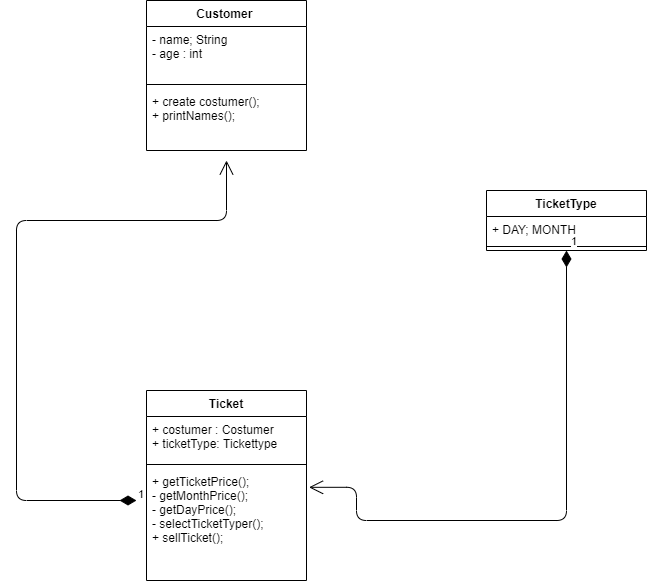
This is ProjektDel3/UML/UML.png from deniselarsson/JavaSchoolAssignemnt, a draw.io export, as it was before one commit. Source tidied: cells renumbered, new cells last; positions are measured from the earlier drawing's top-left corner, leaving out a move shared by most shapes.
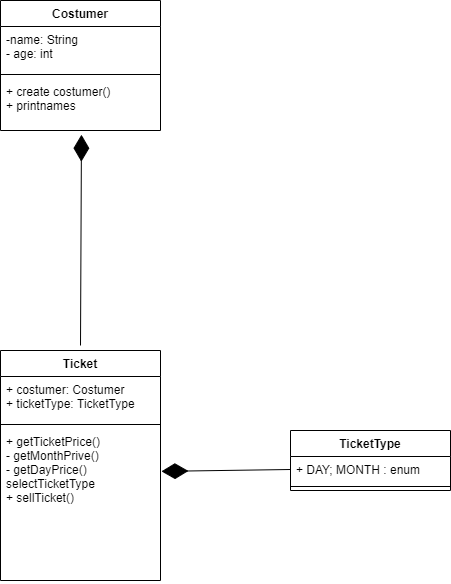
After the commit.

What changed in the source:
```diff
@@ -2,58 +2,46 @@
   <root>
     <mxCell id="0" />
     <mxCell id="1" parent="0" />
-    <mxCell id="2" value="Customer " style="swimlane;fontStyle=1;align=center;verticalAlign=top;horizontal=1;startSize=26;" parent="1" vertex="1">
-      <mxGeometry x="130" width="160" height="150" as="geometry" />
-    </mxCell>
-    <mxCell id="3" value="- name; String &#10;- age : int " style="text;strokeColor=none;fillColor=none;align=left;verticalAlign=top;spacingLeft=4;spacingRight=4;overflow=hidden;" parent="2" vertex="1">
-      <mxGeometry y="26" width="160" height="54" as="geometry" />
-    </mxCell>
-    <mxCell id="4" style="line;strokeWidth=1;fillColor=none;align=left;verticalAlign=middle;spacingTop=-1;spacingLeft=3;spacingRight=3;labelPosition=right;" parent="2" vertex="1">
-      <mxGeometry y="80" width="160" height="8" as="geometry" />
-    </mxCell>
-    <mxCell id="5" value="+ create costumer();&#10;+ printNames();" style="text;strokeColor=none;fillColor=none;align=left;verticalAlign=top;spacingLeft=4;spacingRight=4;overflow=hidden;" parent="2" vertex="1">
-      <mxGeometry y="88" width="160" height="62" as="geometry" />
-    </mxCell>
     <mxCell id="6" value="Ticket" style="swimlane;fontStyle=1;align=center;verticalAlign=top;horizontal=1;startSize=26;" parent="1" vertex="1">
-      <mxGeometry x="130" y="390" width="160" height="190" as="geometry" />
+      <mxGeometry x="220" y="320" width="160" height="230" as="geometry" />
     </mxCell>
-    <mxCell id="7" value="+ costumer : Costumer&#10;+ ticketType: Tickettype" style="text;strokeColor=none;fillColor=none;align=left;verticalAlign=top;spacingLeft=4;spacingRight=4;overflow=hidden;" parent="6" vertex="1">
-      <mxGeometry y="26" width="160" height="44" as="geometry" />
-    </mxCell>
-    <mxCell id="8" style="line;strokeWidth=1;fillColor=none;align=left;verticalAlign=middle;spacingTop=-1;spacingLeft=3;spacingRight=3;labelPosition=right;" parent="6" vertex="1">
-      <mxGeometry y="70" width="160" height="8" as="geometry" />
-    </mxCell>
-    <mxCell id="9" value="+ getTicketPrice();&#10;- getMonthPrice();&#10;- getDayPrice();&#10;- selectTicketTyper();&#10;+ sellTicket();" style="text;strokeColor=none;fillColor=none;align=left;verticalAlign=top;spacingLeft=4;spacingRight=4;overflow=hidden;points=[[0,0.5],[1,0.5]];portConstraint=eastwest;" parent="6" vertex="1">
-      <mxGeometry y="78" width="160" height="112" as="geometry" />
-    </mxCell>
+    <mxCell id="15" value="+ costumer: Costumer&#10;+ ticketType: TicketType" style="text;strokeColor=none;fillColor=none;align=left;verticalAlign=top;spacingLeft=4;spacingRight=4;overflow=hidden;" parent="6" vertex="1">
+      <mxGeometry y="26" width="160" height="44" as="geometry" />
+    </mxCell>
+    <mxCell id="16" style="line;strokeWidth=1;fillColor=none;align=left;verticalAlign=middle;spacingTop=-1;spacingLeft=3;spacingRight=3;labelPosition=right;" parent="6" vertex="1">
+      <mxGeometry y="70" width="160" height="8" as="geometry" />
+    </mxCell>
+    <mxCell id="17" value="+ getTicketPrice()&#10;- getMonthPrive()&#10;- getDayPrice()&#10;selectTicketType&#10;+ sellTicket()&#10;" style="text;strokeColor=none;fillColor=none;align=left;verticalAlign=top;spacingLeft=4;spacingRight=4;overflow=hidden;points=[[0,0.5],[1,0.5]];portConstraint=eastwest;" parent="6" vertex="1">
+      <mxGeometry y="78" width="160" height="152" as="geometry" />
+    </mxCell>
+    <mxCell id="18" value="Costumer" style="swimlane;fontStyle=1;align=center;verticalAlign=top;horizontal=1;startSize=26;" parent="1" vertex="1">
+      <mxGeometry x="220" y="-30" width="160" height="130" as="geometry" />
+    </mxCell>
+    <mxCell id="19" value="-name: String &#10;- age: int" style="text;strokeColor=none;fillColor=none;align=left;verticalAlign=top;spacingLeft=4;spacingRight=4;overflow=hidden;" parent="18" vertex="1">
+      <mxGeometry y="26" width="160" height="44" as="geometry" />
+    </mxCell>
+    <mxCell id="20" style="line;strokeWidth=1;fillColor=none;align=left;verticalAlign=middle;spacingTop=-1;spacingLeft=3;spacingRight=3;labelPosition=right;" parent="18" vertex="1">
+      <mxGeometry y="70" width="160" height="8" as="geometry" />
+    </mxCell>
+    <mxCell id="21" value="+ create costumer()&#10;+ printnames" style="text;strokeColor=none;fillColor=none;align=left;verticalAlign=top;spacingLeft=4;spacingRight=4;overflow=hidden;points=[[0,0.5],[1,0.5]];portConstraint=eastwest;" parent="18" vertex="1">
+      <mxGeometry y="78" width="160" height="52" as="geometry" />
+    </mxCell>
     <mxCell id="10" value="TicketType" style="swimlane;fontStyle=1;align=center;verticalAlign=top;horizontal=1;startSize=26;" parent="1" vertex="1">
-      <mxGeometry x="470" y="190" width="160" height="60" as="geometry" />
+      <mxGeometry x="510" y="400" width="160" height="60" as="geometry" />
     </mxCell>
-    <mxCell id="11" value="+ DAY; MONTH" style="text;strokeColor=none;fillColor=none;align=left;verticalAlign=top;spacingLeft=4;spacingRight=4;overflow=hidden;" parent="10" vertex="1">
-      <mxGeometry y="26" width="160" height="26" as="geometry" />
-    </mxCell>
+    <mxCell id="22" value="+ DAY; MONTH : enum" style="text;strokeColor=none;fillColor=none;align=left;verticalAlign=top;spacingLeft=4;spacingRight=4;overflow=hidden;points=[[0,0.5],[1,0.5]];portConstraint=eastwest;" parent="10" vertex="1">
+      <mxGeometry y="26" width="160" height="26" as="geometry" />
+    </mxCell>
     <mxCell id="12" style="line;strokeWidth=1;fillColor=none;align=left;verticalAlign=middle;spacingTop=-1;spacingLeft=3;spacingRight=3;labelPosition=right;" parent="10" vertex="1">
       <mxGeometry y="52" width="160" height="8" as="geometry" />
     </mxCell>
-    <mxCell id="13" value="1" style="endArrow=open;html=1;endSize=12;startArrow=diamondThin;startSize=14;startFill=1;edgeStyle=orthogonalEdgeStyle;align=left;verticalAlign=bottom;" parent="1" edge="1">
-      <mxGeometry x="-1" y="3" relative="1" as="geometry">
-        <mxPoint x="120" y="500" as="sourcePoint" />
-        <mxPoint x="210" y="160" as="targetPoint" />
-        <Array as="points">
-          <mxPoint y="500" />
-          <mxPoint y="220" />
-          <mxPoint x="210" y="220" />
-        </Array>
-      </mxGeometry>
-    </mxCell>
-    <mxCell id="14" value="1" style="endArrow=open;html=1;endSize=12;startArrow=diamondThin;startSize=14;startFill=1;edgeStyle=orthogonalEdgeStyle;align=left;verticalAlign=bottom;exitX=0.5;exitY=1;exitDx=0;exitDy=0;entryX=1.016;entryY=0.168;entryDx=0;entryDy=0;entryPerimeter=0;" parent="1" edge="1" source="10" target="9">
-      <mxGeometry x="-1" y="3" relative="1" as="geometry">
-        <Array as="points">
-          <mxPoint x="550" y="520" />
-          <mxPoint x="340" y="520" />
-          <mxPoint x="340" y="487" />
-        </Array>
-      </mxGeometry>
-    </mxCell>
+    <mxCell id="23" style="endArrow=diamondThin;endFill=1;endSize=24;html=1;exitX=0;exitY=0.5;exitDx=0;exitDy=0;entryX=1.006;entryY=0.282;entryDx=0;entryDy=0;entryPerimeter=0;" parent="1" edge="1" source="22" target="17">
+      <mxGeometry relative="1" as="geometry" />
+    </mxCell>
+    <mxCell id="24" style="endArrow=diamondThin;endFill=1;endSize=24;html=1;entryX=0.506;entryY=1.081;entryDx=0;entryDy=0;entryPerimeter=0;" parent="1" edge="1" target="21">
+      <mxGeometry relative="1" as="geometry">
+        <mxPoint x="300" y="315" as="sourcePoint" />
+      </mxGeometry>
+    </mxCell>
   </root>
 </mxGraphModel>
```
